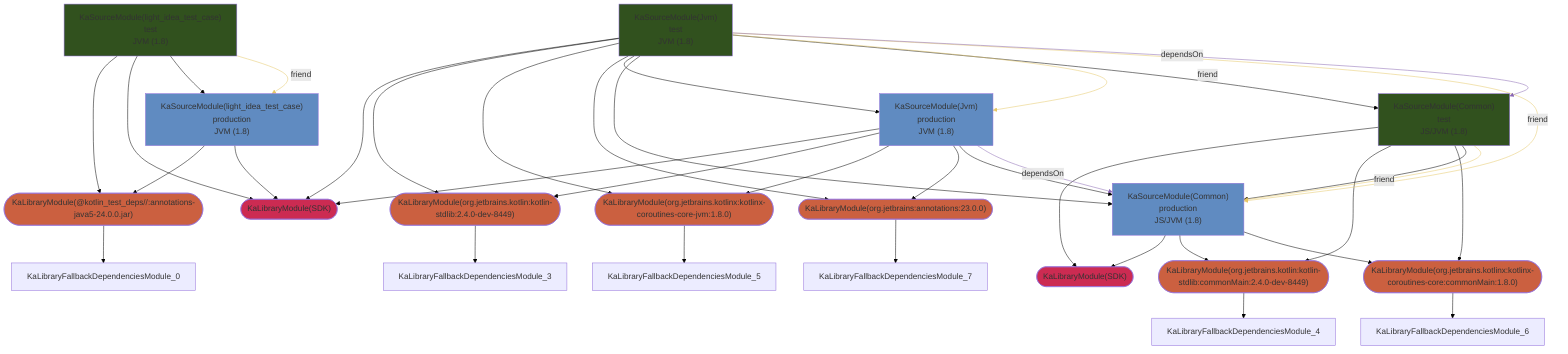
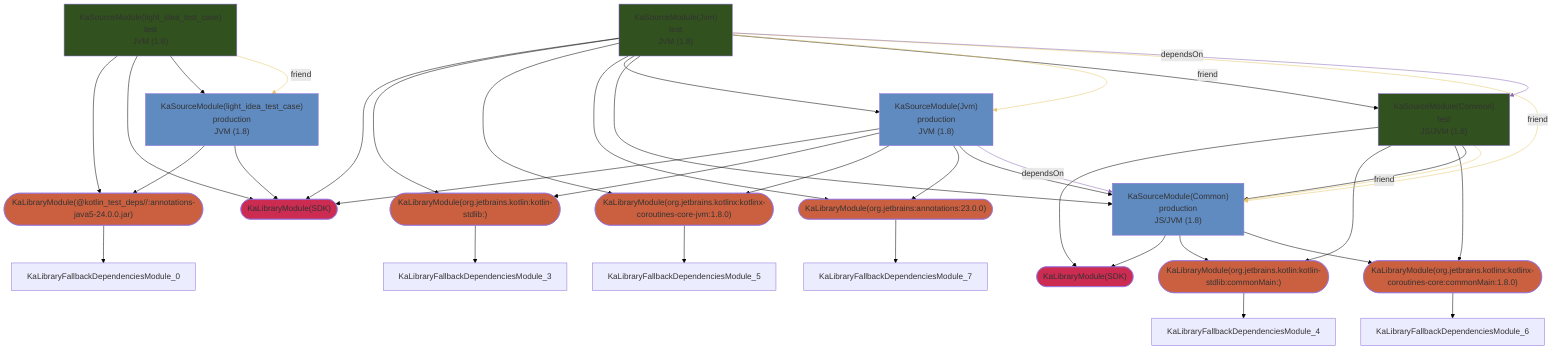
graph TD
  KaLibraryModule_0(["KaLibraryModule(@kotlin_test_deps//:annotations-java5-24.0.0.jar)"])
  KaLibraryModule_1(["KaLibraryModule(SDK)"])
  KaLibraryModule_2(["KaLibraryModule(SDK)"])
-   KaLibraryModule_3(["KaLibraryModule(org.jetbrains.kotlin:kotlin-stdlib:2.4.0-dev-8449)"])
-   KaLibraryModule_4(["KaLibraryModule(org.jetbrains.kotlin:kotlin-stdlib:commonMain:2.4.0-dev-8449)"])
+   KaLibraryModule_3(["KaLibraryModule(org.jetbrains.kotlin:kotlin-stdlib:<kgp_version>)"])
+   KaLibraryModule_4(["KaLibraryModule(org.jetbrains.kotlin:kotlin-stdlib:commonMain:<kgp_version>)"])
  KaLibraryModule_5(["KaLibraryModule(org.jetbrains.kotlinx:kotlinx-coroutines-core-jvm:1.8.0)"])
  KaLibraryModule_6(["KaLibraryModule(org.jetbrains.kotlinx:kotlinx-coroutines-core:commonMain:1.8.0)"])
  KaLibraryModule_7(["KaLibraryModule(org.jetbrains:annotations:23.0.0)"])
  KaSourceModule_8["KaSourceModule(Common)<br />production<br />JS/JVM (1.8)"]
  KaSourceModule_9["KaSourceModule(Common)<br />test<br />JS/JVM (1.8)"]
  KaSourceModule_10["KaSourceModule(Jvm)<br />production<br />JVM (1.8)"]
  KaSourceModule_11["KaSourceModule(Jvm)<br />test<br />JVM (1.8)"]
  KaSourceModule_12["KaSourceModule(light_idea_test_case)<br />production<br />JVM (1.8)"]
  KaSourceModule_13["KaSourceModule(light_idea_test_case)<br />test<br />JVM (1.8)"]
  style KaLibraryModule_0 fill:#CB6040
  style KaLibraryModule_1 fill:#CC2B52
  style KaLibraryModule_2 fill:#CC2B52
  style KaLibraryModule_3 fill:#CB6040
  style KaLibraryModule_4 fill:#CB6040
  style KaLibraryModule_5 fill:#CB6040
  style KaLibraryModule_6 fill:#CB6040
  style KaLibraryModule_7 fill:#CB6040
  style KaSourceModule_8 fill:#608BC1
  style KaSourceModule_9 fill:#31511E
  style KaSourceModule_10 fill:#608BC1
  style KaSourceModule_11 fill:#31511E
  style KaSourceModule_12 fill:#608BC1
  style KaSourceModule_13 fill:#31511E
  KaLibraryModule_0 --> KaLibraryFallbackDependenciesModule_0
  KaLibraryModule_3 --> KaLibraryFallbackDependenciesModule_3
  KaLibraryModule_4 --> KaLibraryFallbackDependenciesModule_4
  KaLibraryModule_5 --> KaLibraryFallbackDependenciesModule_5
  KaLibraryModule_6 --> KaLibraryFallbackDependenciesModule_6
  KaLibraryModule_7 --> KaLibraryFallbackDependenciesModule_7
  KaSourceModule_10 --> KaLibraryModule_2
  KaSourceModule_10 --> KaLibraryModule_3
  KaSourceModule_10 --> KaLibraryModule_5
  KaSourceModule_10 --> KaLibraryModule_7
  KaSourceModule_10 --> KaSourceModule_8
  KaSourceModule_11 --> KaLibraryModule_2
  KaSourceModule_11 --> KaLibraryModule_3
  KaSourceModule_11 --> KaLibraryModule_5
  KaSourceModule_11 --> KaLibraryModule_7
  KaSourceModule_11 --> KaSourceModule_10
  KaSourceModule_11 --> KaSourceModule_8
  KaSourceModule_11 --> KaSourceModule_9
  KaSourceModule_12 --> KaLibraryModule_0
  KaSourceModule_12 --> KaLibraryModule_2
  KaSourceModule_13 --> KaLibraryModule_0
  KaSourceModule_13 --> KaLibraryModule_2
  KaSourceModule_13 --> KaSourceModule_12
  KaSourceModule_8 --> KaLibraryModule_1
  KaSourceModule_8 --> KaLibraryModule_4
  KaSourceModule_8 --> KaLibraryModule_6
  KaSourceModule_9 --> KaLibraryModule_1
  KaSourceModule_9 --> KaLibraryModule_4
  KaSourceModule_9 --> KaLibraryModule_6
  KaSourceModule_9 --> KaSourceModule_8
  KaSourceModule_11 --friend--> KaSourceModule_10
  KaSourceModule_11 --friend--> KaSourceModule_8
  KaSourceModule_13 --friend--> KaSourceModule_12
  KaSourceModule_9 --friend--> KaSourceModule_8
  KaSourceModule_10 --dependsOn--> KaSourceModule_8
  KaSourceModule_11 --dependsOn--> KaSourceModule_9
  linkStyle 0 stroke:black
  linkStyle 1 stroke:black
  linkStyle 2 stroke:black
  linkStyle 3 stroke:black
  linkStyle 4 stroke:black
  linkStyle 5 stroke:black
  linkStyle 6 stroke:black
  linkStyle 7 stroke:black
  linkStyle 8 stroke:black
  linkStyle 9 stroke:black
  linkStyle 10 stroke:black
  linkStyle 11 stroke:black
  linkStyle 12 stroke:black
  linkStyle 13 stroke:black
  linkStyle 14 stroke:black
  linkStyle 15 stroke:black
  linkStyle 16 stroke:black
  linkStyle 17 stroke:black
  linkStyle 18 stroke:black
  linkStyle 19 stroke:black
  linkStyle 20 stroke:black
  linkStyle 21 stroke:black
  linkStyle 22 stroke:black
  linkStyle 23 stroke:black
  linkStyle 24 stroke:black
  linkStyle 25 stroke:black
  linkStyle 26 stroke:black
  linkStyle 27 stroke:black
  linkStyle 28 stroke:black
  linkStyle 29 stroke:black
  linkStyle 30 stroke:#E6C767
  linkStyle 31 stroke:#E6C767
  linkStyle 32 stroke:#E6C767
  linkStyle 33 stroke:#E6C767
  linkStyle 34 stroke:#8967B3
  linkStyle 35 stroke:#8967B3
